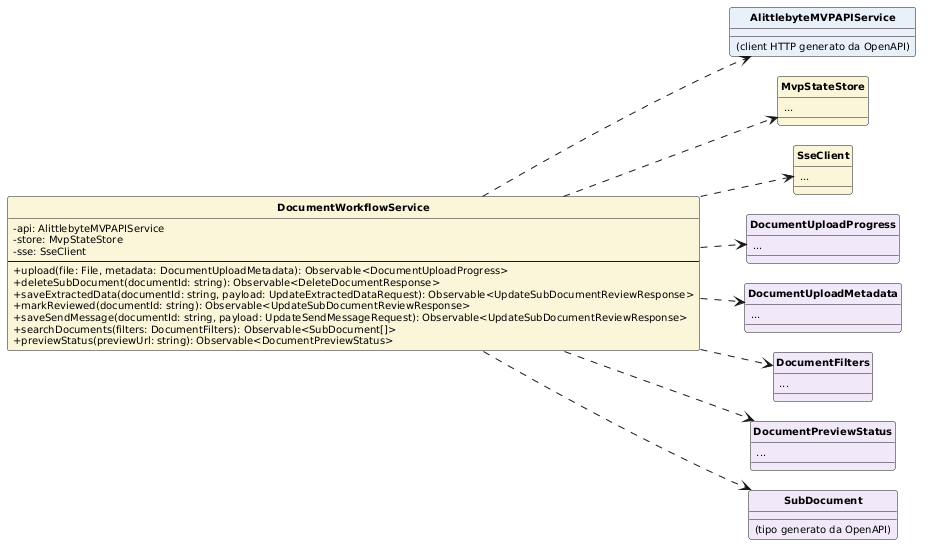
The PlantUML diagram PB/Specifica Tecnica/ImmaginiSpecificaTecnica/ClassiSingoleFrontendServizi/DocumentWorkflowService.png in aLittleByte-19/Documentazione, before a commit. The source it was exported from:
```plantuml
@startuml
skinparam classAttributeIconSize 0
skinparam classFontStyle bold
skinparam classFontSize 12
skinparam classAttributeFontSize 10
skinparam shadowing false
skinparam packageStyle rectangle
skinparam nodesep 20
skinparam ranksep 30
hide circle
left to right direction

class DocumentWorkflowService #FBF6D9 {
  -api: AlittlebyteMVPAPIService
  -store: MvpStateStore
  -sse: SseClient
  --
  +upload(file: File, metadata: DocumentUploadMetadata): Observable<DocumentUploadProgress>
  +deleteSubDocument(documentId: string): Observable<DeleteDocumentResponse>
  +saveExtractedData(documentId: string, payload: UpdateExtractedDataRequest): Observable<UpdateSubDocumentReviewResponse>
  +markReviewed(documentId: string): Observable<UpdateSubDocumentReviewResponse>
  +saveSendMessage(documentId: string, payload: UpdateSendMessageRequest): Observable<UpdateSubDocumentReviewResponse>
  +searchDocuments(filters: DocumentFilters): Observable<SubDocument[]>
  +previewStatus(previewUrl: string): Observable<DocumentPreviewStatus>
}

class AlittlebyteMVPAPIService #E8F1FA {
  (client HTTP generato da OpenAPI)
}
class MvpStateStore #FBF6D9 {
  ...
}
class SseClient #FBF6D9 {
  ...
}
class DocumentUploadProgress #F1E8FA {
  ...
}
class DocumentUploadMetadata #F1E8FA {
  ...
}
class DocumentFilters #F1E8FA {
  ...
}
class DocumentPreviewStatus #F1E8FA {
  ...
}
class SubDocument #F1E8FA {
  (tipo generato da OpenAPI)
}

DocumentWorkflowService ..> AlittlebyteMVPAPIService
DocumentWorkflowService ..> MvpStateStore
DocumentWorkflowService ..> SseClient
DocumentWorkflowService ..> DocumentUploadProgress
DocumentWorkflowService ..> DocumentUploadMetadata
DocumentWorkflowService ..> DocumentFilters
DocumentWorkflowService ..> DocumentPreviewStatus
DocumentWorkflowService ..> SubDocument
@enduml
```
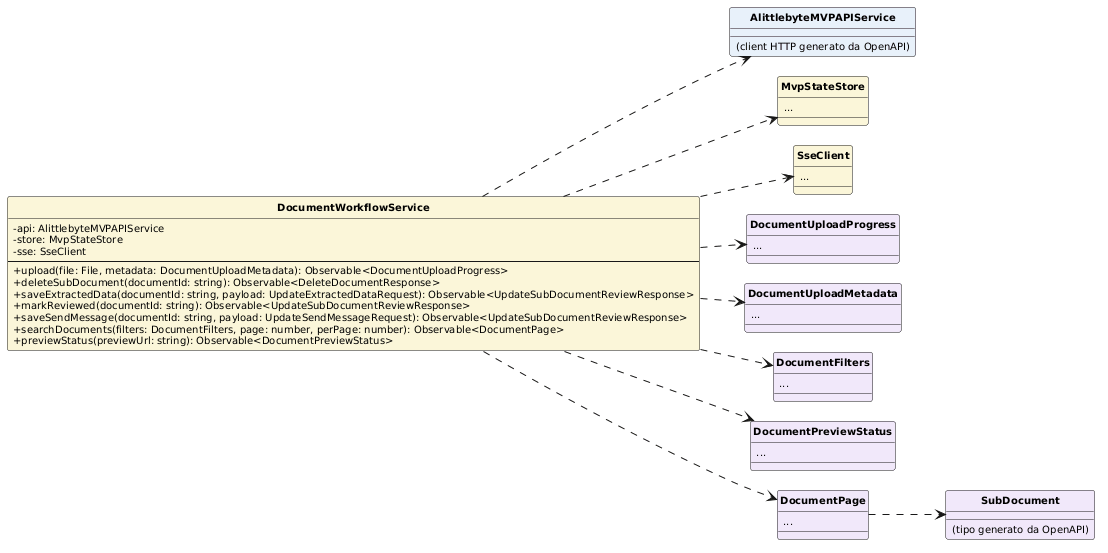
The same diagram one commit later.

The edit, as a diff of the source:
```diff
@@ -20,7 +20,7 @@
   +saveExtractedData(documentId: string, payload: UpdateExtractedDataRequest): Observable<UpdateSubDocumentReviewResponse>
   +markReviewed(documentId: string): Observable<UpdateSubDocumentReviewResponse>
   +saveSendMessage(documentId: string, payload: UpdateSendMessageRequest): Observable<UpdateSubDocumentReviewResponse>
-  +searchDocuments(filters: DocumentFilters): Observable<SubDocument[]>
+  +searchDocuments(filters: DocumentFilters, page: number, perPage: number): Observable<DocumentPage>
   +previewStatus(previewUrl: string): Observable<DocumentPreviewStatus>
 }
 
@@ -45,6 +45,9 @@
 class DocumentPreviewStatus #F1E8FA {
   ...
 }
+class DocumentPage #F1E8FA {
+  ...
+}
 class SubDocument #F1E8FA {
   (tipo generato da OpenAPI)
 }
@@ -56,5 +59,6 @@
 DocumentWorkflowService ..> DocumentUploadMetadata
 DocumentWorkflowService ..> DocumentFilters
 DocumentWorkflowService ..> DocumentPreviewStatus
-DocumentWorkflowService ..> SubDocument
+DocumentWorkflowService ..> DocumentPage
+DocumentPage ..> SubDocument
 @enduml
```
